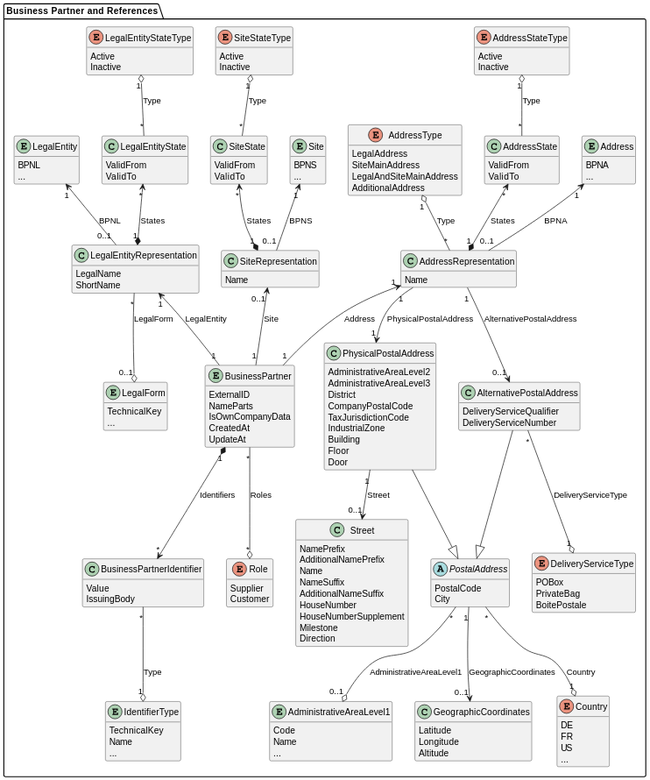
Above: docs/standards/CX-0074-BusinessPartnerGateAPI/assets/diagrams/class/business-partner.svg in catenax-eV/catenax-ev.github.io (PlantUML), before the change.
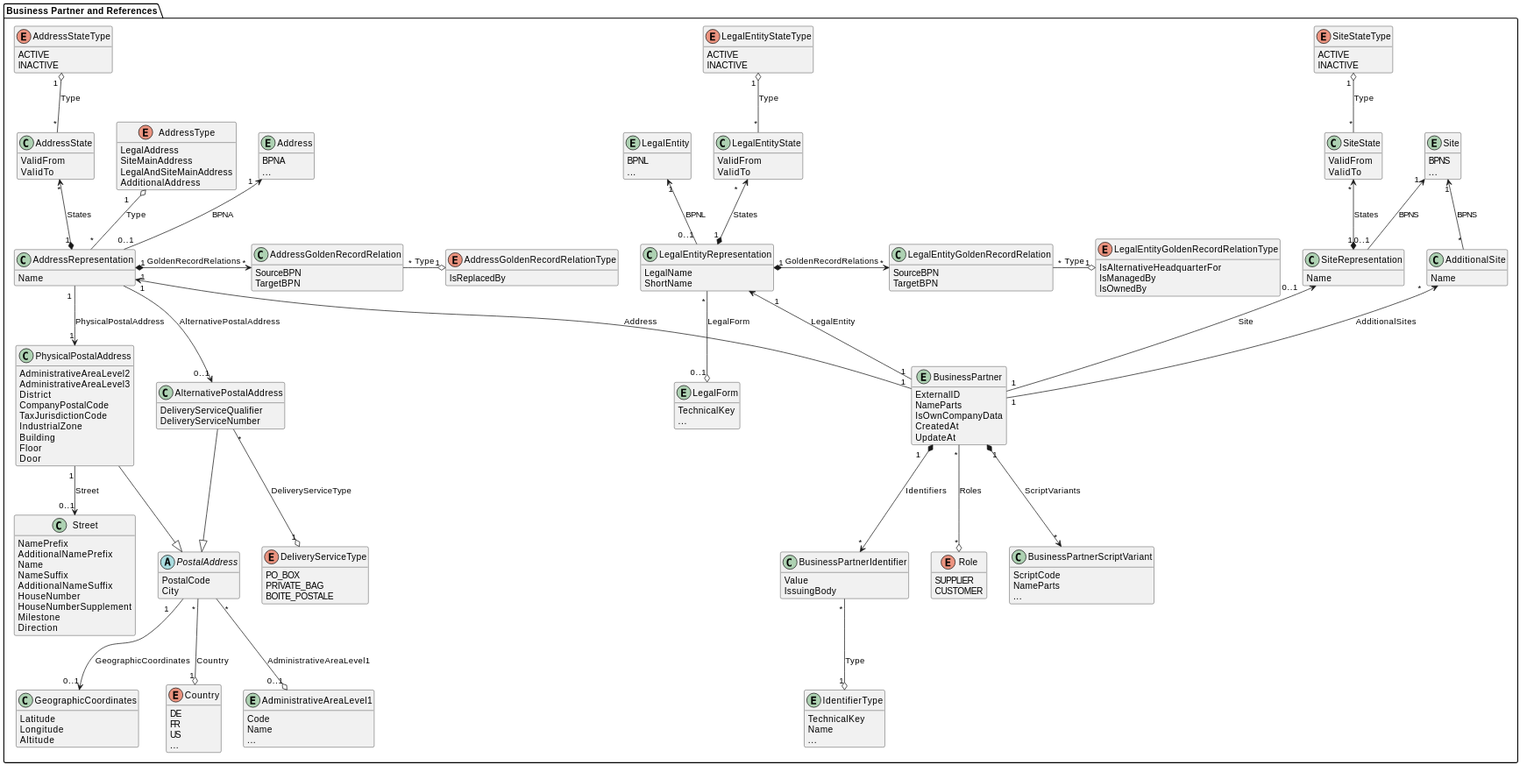
Later version of the same file.

Diff of the diagram source:
```diff
@@ -1,5 +1,4 @@
-@startuml business-partner
-
+@startuml
 skinparam dpi 50
 
 package "Business Partner and References" {
@@ -19,8 +18,8 @@
   }
 
   enum LegalEntityStateType {
-    Active
-    Inactive
+    ACTIVE
+    INACTIVE
   }
 
   class SiteState {
@@ -29,9 +28,9 @@
   }
 
   enum SiteStateType{
-      Active
-      Inactive
-    }
+    ACTIVE
+    INACTIVE
+  }
 
   class AddressState {
     ValidFrom
@@ -39,8 +38,8 @@
   }
 
   enum AddressStateType{
-    Active
-    Inactive
+    ACTIVE
+    INACTIVE
   }
 
   class BusinessPartnerIdentifier {
@@ -57,8 +56,8 @@
   }
 
   enum Role {
-    Supplier
-    Customer
+    SUPPLIER
+    CUSTOMER
   }
 
   entity LegalForm {
@@ -76,12 +75,27 @@
     ShortName
   }
 
+  class LegalEntityGoldenRecordRelation {
+    SourceBPN
+    TargetBPN
+  }
+
+  enum LegalEntityGoldenRecordRelationType {
+    IsAlternativeHeadquarterFor
+    IsManagedBy
+    IsOwnedBy
+  }
+
   entity Site {
     BPNS
     ...
   }
 
   class SiteRepresentation {
+    Name
+  }
+
+  class AdditionalSite {
     Name
   }
 
@@ -94,8 +108,15 @@
     Name
   }
 
+  class AddressGoldenRecordRelation {
+    SourceBPN
+    TargetBPN
+  }
 
-  class AddressRepresentation { }
+  enum AddressGoldenRecordRelationType {
+    IsReplacedBy
+  }
+
 
   enum AddressType {
     LegalAddress
@@ -110,9 +131,9 @@
   }
 
   enum DeliveryServiceType {
-    POBox
-    PrivateBag
-    BoitePostale
+    PO_BOX
+    PRIVATE_BAG
+    BOITE_POSTALE
   }
 
   class PhysicalPostalAddress{
@@ -163,18 +184,21 @@
     Direction
   }
 
-
-
-
-
+  class BusinessPartnerScriptVariant {
+    ScriptCode
+    NameParts
+    ...
+  }
 
   BusinessPartner "1" -u-> "1" LegalEntityRepresentation : LegalEntity
   BusinessPartner "1" -u-> "0..1" SiteRepresentation : Site
   BusinessPartner "1" -u-> "1" AddressRepresentation : Address
+  BusinessPartner "1" -u-> "*" AdditionalSite : AdditionalSites
 
   LegalEntityRepresentation "0..1" -u-> "1" LegalEntity : BPNL
   SiteRepresentation "0..1" -u-> "1" Site : BPNS
   AddressRepresentation "0..1" -u-> "1" Address : BPNA
+  AdditionalSite "*" -u-> "1" Site : BPNS
 
   AddressRepresentation "*" -u-o "1" AddressType : Type
   AddressRepresentation "1" -d-> "0..1" AlternativePostalAddress : AlternativePostalAddress
@@ -194,11 +218,17 @@
   LegalEntityRepresentation "1" *-u-> "*" LegalEntityState : States
   LegalEntityState "*" -u-o "1" LegalEntityStateType : Type
 
+  LegalEntityRepresentation "1" *-r-> "*" LegalEntityGoldenRecordRelation : GoldenRecordRelations
+  LegalEntityGoldenRecordRelation "*" -r-o "1" LegalEntityGoldenRecordRelationType : Type
+
   SiteRepresentation "1" *-u-> "*" SiteState : States
   SiteState "*" -u-o "1" SiteStateType : Type
 
   AddressRepresentation "1" *-u-> "*" AddressState : States
   AddressState "*" -u-o "1" AddressStateType : Type
+
+  AddressRepresentation "1" *-r-> "*" AddressGoldenRecordRelation : GoldenRecordRelations
+  AddressGoldenRecordRelation "*" -r-o "1" AddressGoldenRecordRelationType : Type
 
   BusinessPartner "1" *-d-> "*" BusinessPartnerIdentifier : Identifiers
   BusinessPartnerIdentifier "*" -d-o "1" IdentifierType : Type
@@ -208,9 +238,7 @@
 
   LegalEntityRepresentation "*" -d-o "0..1" LegalForm : LegalForm
 
-
-
-
+  BusinessPartner "1" *-d-> "*" BusinessPartnerScriptVariant : ScriptVariants
 }
 
 hide methods
```
